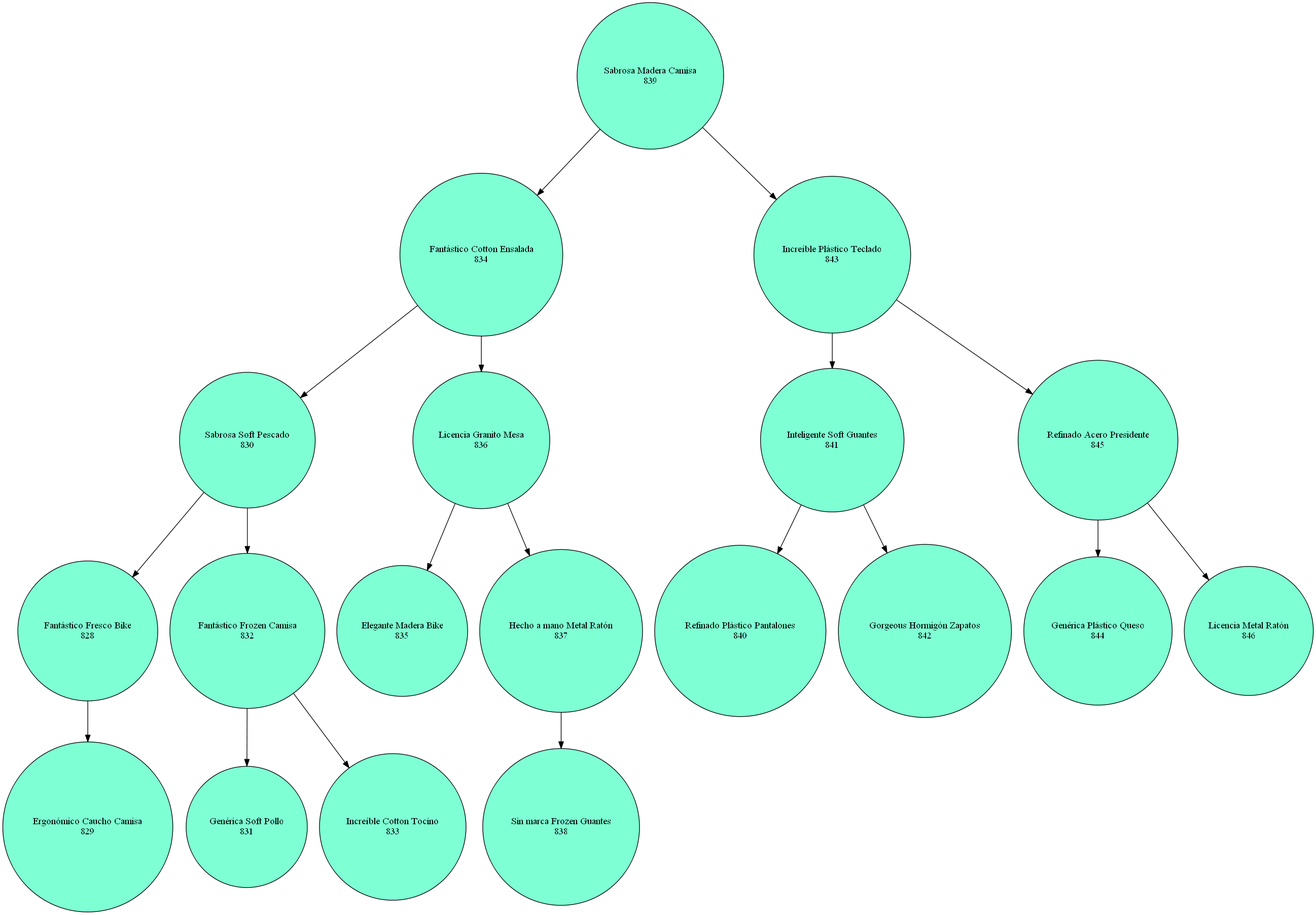
This is frontend/src/assets/img/Baca Jasso S.L.---GPS y navegacion---3.png from William58-0/201909103_ProyectoEDD, a Graphviz export, as it was before one commit. Its source is kept beside it as frontend/src/assets/img/Baca Jasso S.L.---GPS y navegacion---3.dot.
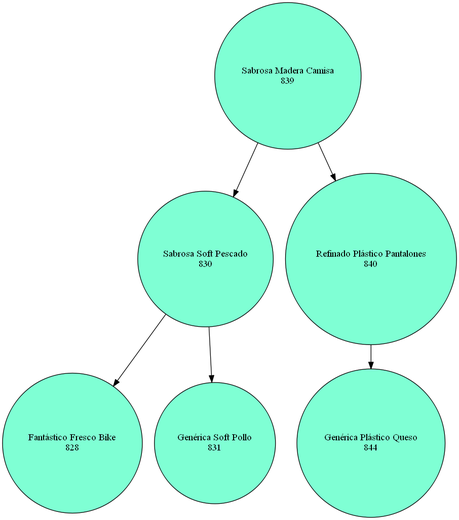
The same diagram one commit later.

What changed in the source:
```diff
@@ -1,60 +1,62 @@
 digraph G{
 node [shape=circle style=filled];
-"0xc0000d2008"[label="Sabrosa Madera Camisa
+"0xc0000d6098"[label="Sabrosa Madera Camisa
 839" fillcolor=aquamarine];
-"0xc0000d2008" -> "0xc000060bc0";
-"0xc0000d2008" -> "0xc000060bc8";
-"0xc000060bc0"[label="Fantástico Cotton Ensalada
-834" fillcolor=aquamarine];
-"0xc000060bc0" -> "0xc000060e40";
-"0xc000060bc0" -> "0xc000060e48";
-"0xc000060e40"[label="Sabrosa Soft Pescado
+"0xc0000d6098" -> "0xc0001e09e0";
+"0xc0000d6098" -> "0xc0001e09e8";
+"0xc0001e09e0"[label="Sabrosa Soft Pescado
 830" fillcolor=aquamarine];
-"0xc000060e40" -> "0xc000060080";
-"0xc000060e40" -> "0xc000060088";
-"0xc000060080"[label="Fantástico Fresco Bike
+"0xc0001e09e0" -> "0xc0001e0440";
+"0xc0001e09e0" -> "0xc0001e0448";
+"0xc0001e0440"[label="Fantástico Fresco Bike
 828" fillcolor=aquamarine];
-"0xc000060080" -> "0xc0000603a8";
-"0xc0000603a8"[label="Ergonómico Caucho Camisa
-829" fillcolor=aquamarine];
-"0xc000060088"[label="Fantástico Frozen Camisa
+"0xc0001e0448"[label="Genérica Soft Pollo
+831" fillcolor=aquamarine];
+"0xc0001e09e8"[label="Refinado Plástico Pantalones
+840" fillcolor=aquamarine];
+"0xc0001e09e8" -> "0xc0001e0808";
+"0xc0001e0808"[label="Genérica Plástico Queso
+844" fillcolor=aquamarine];
+
+}
+49ac8"[label="Fantástico Frozen Camisa
 832" fillcolor=aquamarine];
-"0xc000060088" -> "0xc000061200";
-"0xc000060088" -> "0xc000061208";
-"0xc000061200"[label="Genérica Soft Pollo
+"0xc000049ac8" -> "0xc00050a260";
+"0xc000049ac8" -> "0xc00050a268";
+"0xc00050a260"[label="Genérica Soft Pollo
 831" fillcolor=aquamarine];
-"0xc000061208"[label="Increíble Cotton Tocino
+"0xc00050a268"[label="Increíble Cotton Tocino
 833" fillcolor=aquamarine];
-"0xc000060e48"[label="Licencia Granito Mesa
+"0xc000049e88"[label="Licencia Granito Mesa
 836" fillcolor=aquamarine];
-"0xc000060e48" -> "0xc0000610c0";
-"0xc000060e48" -> "0xc0000610c8";
-"0xc0000610c0"[label="Elegante Madera Bike
+"0xc000049e88" -> "0xc00050a120";
+"0xc000049e88" -> "0xc00050a128";
+"0xc00050a120"[label="Elegante Madera Bike
 835" fillcolor=aquamarine];
-"0xc0000610c8"[label="Hecho a mano Metal Ratón
+"0xc00050a128"[label="Hecho a mano Metal Ratón
 837" fillcolor=aquamarine];
-"0xc0000610c8" -> "0xc0000613e8";
-"0xc0000613e8"[label="Sin marca Frozen Guantes
+"0xc00050a128" -> "0xc00050a448";
+"0xc00050a448"[label="Sin marca Frozen Guantes
 838" fillcolor=aquamarine];
-"0xc000060bc8"[label="Increíble Plástico Teclado
+"0xc000049ca8"[label="Increíble Plástico Teclado
 843" fillcolor=aquamarine];
-"0xc000060bc8" -> "0xc000060f80";
-"0xc000060bc8" -> "0xc000060f88";
-"0xc000060f80"[label="Inteligente Soft Guantes
+"0xc000049ca8" -> "0xc000049fc0";
+"0xc000049ca8" -> "0xc000049fc8";
+"0xc000049fc0"[label="Inteligente Soft Guantes
 841" fillcolor=aquamarine];
-"0xc000060f80" -> "0xc000060ee0";
-"0xc000060f80" -> "0xc000060ee8";
-"0xc000060ee0"[label="Refinado Plástico Pantalones
+"0xc000049fc0" -> "0xc000049f20";
+"0xc000049fc0" -> "0xc000049f28";
+"0xc000049f20"[label="Refinado Plástico Pantalones
 840" fillcolor=aquamarine];
-"0xc000060ee8"[label="Gorgeous Hormigón Zapatos
+"0xc000049f28"[label="Gorgeous Hormigón Zapatos
 842" fillcolor=aquamarine];
-"0xc000060f88"[label="Refinado Acero Presidente
+"0xc000049fc8"[label="Refinado Acero Presidente
 845" fillcolor=aquamarine];
-"0xc000060f88" -> "0xc000061480";
-"0xc000060f88" -> "0xc000061488";
-"0xc000061480"[label="Genérica Plástico Queso
+"0xc000049fc8" -> "0xc00050a4e0";
+"0xc000049fc8" -> "0xc00050a4e8";
+"0xc00050a4e0"[label="Genérica Plástico Queso
 844" fillcolor=aquamarine];
-"0xc000061488"[label="Licencia Metal Ratón
+"0xc00050a4e8"[label="Licencia Metal Ratón
 846" fillcolor=aquamarine];
 
 }
```
